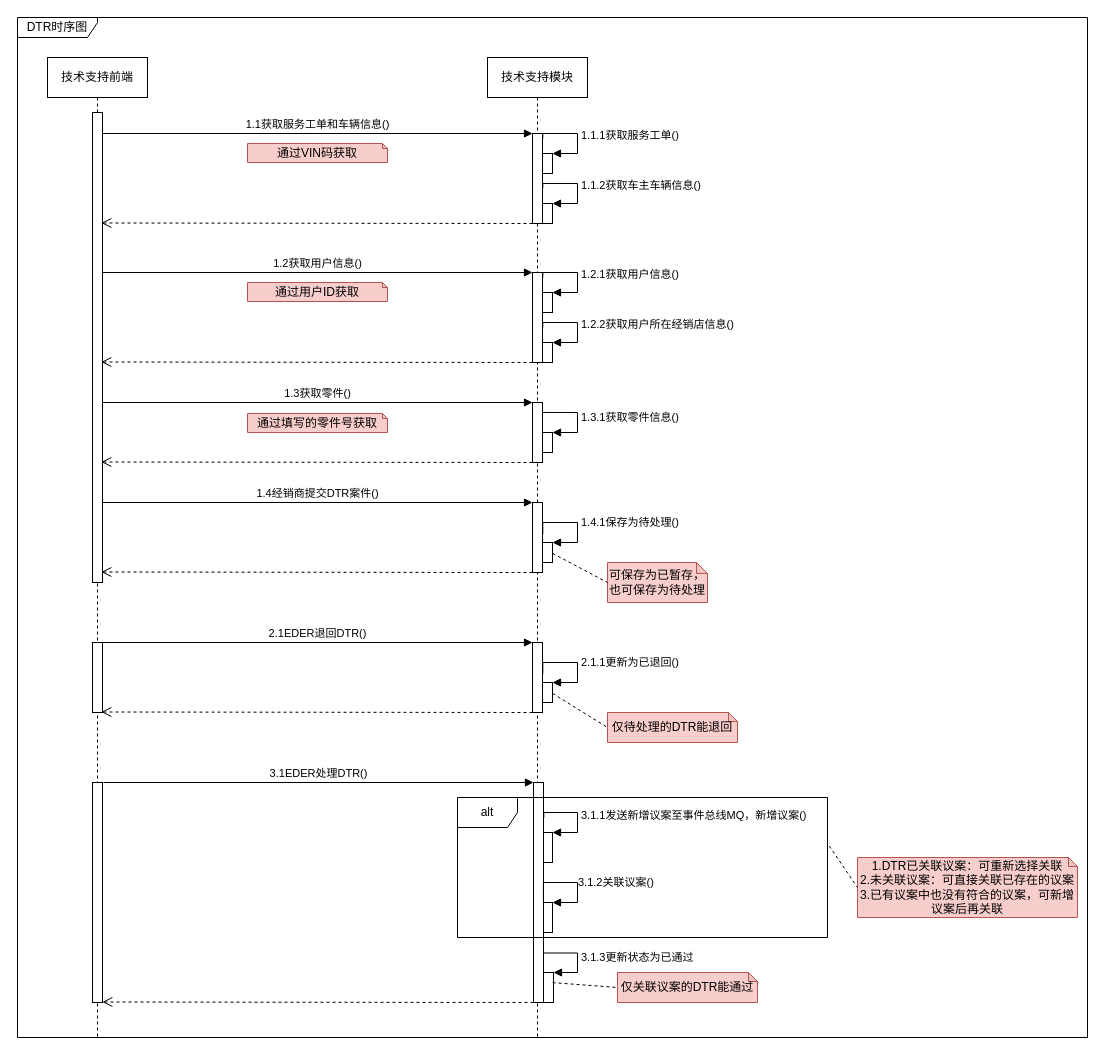
Above: page "DTR时序图" (1 of 6) of images/DTR时序图.drawio in 1132489442/designer (draw.io), before the change. Source tidied: cells renumbered, new cells numbered last; positions are measured from the earlier drawing's top-left corner, leaving out a move shared by most shapes. Both pictures are drawn from the tidied source at 100%, with x=0, y=0 at pixel (17, 17).
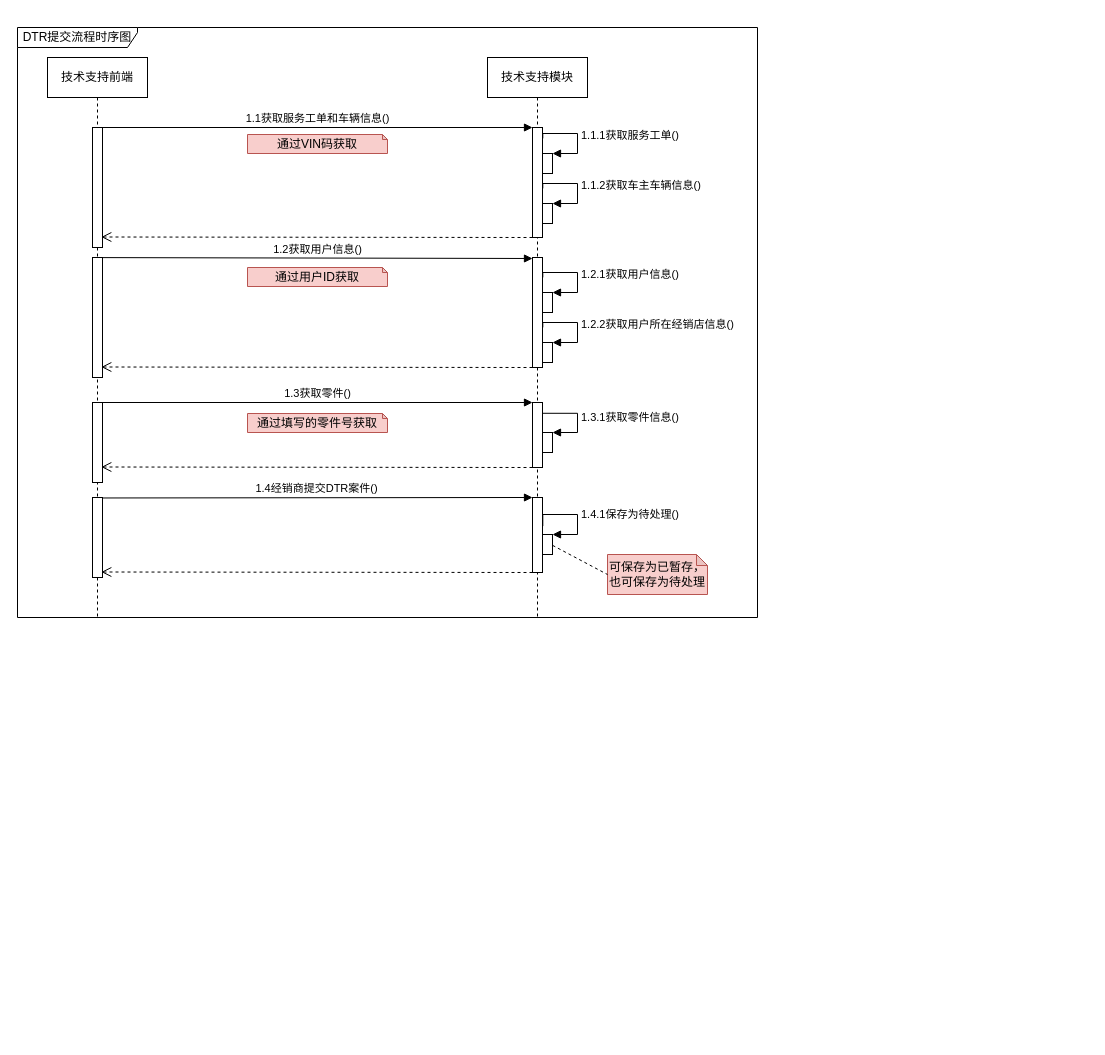
Above is the later version.

Change to the diagram source:
```diff
@@
     <mxCell id="2" value="技术支持模块" style="shape=umlLifeline;perimeter=lifelinePerimeter;whiteSpace=wrap;html=1;" parent="1" vertex="1">
-      <mxGeometry x="470" y="40" width="100" height="980" as="geometry" />
+      <mxGeometry x="470" y="40" width="100" height="560" as="geometry" />
     </mxCell>
     <mxCell id="3" style="html=1;points=[];perimeter=orthogonalPerimeter;" parent="2" vertex="1">
-      <mxGeometry x="45" y="215" width="10" height="90" as="geometry" />
+      <mxGeometry x="45" y="200" width="10" height="110" as="geometry" />
     </mxCell>
@@
-    <mxCell id="6" style="html=1;points=[];perimeter=orthogonalPerimeter;fillColor=#FFFFFF;" parent="2" vertex="1">
-      <mxGeometry x="55" y="845" width="10" height="30" as="geometry" />
-    </mxCell>
-    <mxCell id="7" style="html=1;perimeter=orthogonalPerimeter;fillColor=#FFFFFF;" parent="2" vertex="1">
-      <mxGeometry x="55" y="775" width="10" height="30" as="geometry" />
-    </mxCell>
-    <mxCell id="8" style="html=1;points=[];perimeter=orthogonalPerimeter;fillColor=#FFFFFF;" parent="2" vertex="1">
-      <mxGeometry x="56" y="915" width="10" height="30" as="geometry" />
-    </mxCell>
     <mxCell id="9" value="技术支持前端" style="shape=umlLifeline;perimeter=lifelinePerimeter;whiteSpace=wrap;html=1;" parent="1" vertex="1">
-      <mxGeometry x="30" y="40" width="100" height="980" as="geometry" />
+      <mxGeometry x="30" y="40" width="100" height="560" as="geometry" />
     </mxCell>
     <mxCell id="10" style="html=1;perimeter=orthogonalPerimeter;" parent="9" vertex="1">
-      <mxGeometry x="45" y="55" width="10" height="470" as="geometry" />
+      <mxGeometry x="45" y="70" width="10" height="120" as="geometry" />
     </mxCell>
-    <mxCell id="11" style="html=1;perimeter=orthogonalPerimeter;fillColor=#FFFFFF;" parent="9" vertex="1">
-      <mxGeometry x="45" y="585" width="10" height="70" as="geometry" />
-    </mxCell>
-    <mxCell id="12" value="1.2获取用户信息()" style="html=1;verticalAlign=bottom;endArrow=block;entryX=0;entryY=0;rounded=0;" parent="1" edge="1" target="3">
+    <mxCell id="12" value="1.2获取用户信息()" style="html=1;verticalAlign=bottom;endArrow=block;entryX=0;entryY=0;rounded=0;exitX=0.905;exitY=-0.008;exitDx=0;exitDy=0;exitPerimeter=0;" parent="1" edge="1">
       <mxGeometry relative="1" as="geometry">
-        <mxPoint x="85" y="255" as="sourcePoint" />
+        <mxPoint x="84" y="240.1" as="sourcePoint" />
+        <mxPoint x="515" y="241" as="targetPoint" />
       </mxGeometry>
     </mxCell>
     <mxCell id="13" style="html=1;verticalAlign=bottom;endArrow=open;dashed=1;endSize=8;exitX=0;exitY=0.95;rounded=0;entryX=0.881;entryY=0.999;entryDx=0;entryDy=0;entryPerimeter=0;" parent="1" edge="1">
       <mxGeometry relative="1" as="geometry">
-        <mxPoint x="515" y="345" as="sourcePoint" />
-        <mxPoint x="83.8" y="344.5" as="targetPoint" />
+        <mxPoint x="515" y="350" as="sourcePoint" />
+        <mxPoint x="83.8" y="349.5" as="targetPoint" />
       </mxGeometry>
     </mxCell>
     <mxCell id="14" style="html=1;points=[];perimeter=orthogonalPerimeter;" parent="1" vertex="1">
-      <mxGeometry x="515" y="385" width="10" height="60" as="geometry" />
+      <mxGeometry x="515" y="385" width="10" height="65" as="geometry" />
     </mxCell>
@@
     <mxCell id="18" style="html=1;verticalAlign=bottom;endArrow=open;dashed=1;endSize=8;exitX=0;exitY=0.95;rounded=0;entryX=0.881;entryY=0.999;entryDx=0;entryDy=0;entryPerimeter=0;" parent="1" edge="1">
       <mxGeometry relative="1" as="geometry">
-        <mxPoint x="515" y="445" as="sourcePoint" />
-        <mxPoint x="83.8" y="444.5" as="targetPoint" />
+        <mxPoint x="515" y="450" as="sourcePoint" />
+        <mxPoint x="83.8" y="449.5" as="targetPoint" />
       </mxGeometry>
     </mxCell>
@@
     <mxCell id="21" style="html=1;points=[];perimeter=orthogonalPerimeter;" parent="1" vertex="1">
-      <mxGeometry x="515" y="485" width="10" height="70" as="geometry" />
+      <mxGeometry x="515" y="480" width="10" height="75" as="geometry" />
     </mxCell>
     <mxCell id="22" style="html=1;points=[];perimeter=orthogonalPerimeter;" parent="1" vertex="1">
-      <mxGeometry x="525" y="525" width="10" height="20" as="geometry" />
+      <mxGeometry x="525" y="517" width="10" height="20" as="geometry" />
     </mxCell>
     <mxCell id="23" value="1.4.1保存为待处理()" style="edgeStyle=orthogonalEdgeStyle;html=1;align=left;spacingLeft=2;endArrow=block;rounded=0;entryX=1;entryY=0;exitX=1.028;exitY=0.166;exitDx=0;exitDy=0;exitPerimeter=0;" parent="1" edge="1" target="22">
       <mxGeometry relative="1" as="geometry">
-        <mxPoint x="525.3" y="516.6" as="sourcePoint" />
+        <mxPoint x="525.3" y="508.6" as="sourcePoint" />
         <Array as="points">
-          <mxPoint x="560" y="505" />
-          <mxPoint x="560" y="525" />
+          <mxPoint x="560" y="497" />
+          <mxPoint x="560" y="517" />
         </Array>
       </mxGeometry>
     </mxCell>
-    <mxCell id="24" value="1.4经销商提交DTR案件()" style="html=1;verticalAlign=bottom;endArrow=block;entryX=0;entryY=0;rounded=0;" parent="1" edge="1" target="21">
-      <mxGeometry relative="1" as="geometry">
-        <mxPoint x="85" y="485" as="sourcePoint" />
-      </mxGeometry>
+    <mxCell id="24" value="1.4经销商提交DTR案件()" style="html=1;verticalAlign=bottom;endArrow=block;entryX=0;entryY=0;rounded=0;exitX=0.844;exitY=0.006;exitDx=0;exitDy=0;exitPerimeter=0;" parent="1" edge="1" source="60" target="21">
+      <mxGeometry relative="1" as="geometry" />
     </mxCell>
@@
     <mxCell id="26" style="html=1;points=[];perimeter=orthogonalPerimeter;" parent="1" vertex="1">
-      <mxGeometry x="515" y="116" width="10" height="90" as="geometry" />
+      <mxGeometry x="515" y="110" width="10" height="110" as="geometry" />
     </mxCell>
@@
     <mxCell id="29" value="1.1获取服务工单和车辆信息()" style="html=1;verticalAlign=bottom;endArrow=block;entryX=0;entryY=0;rounded=0;" parent="1" edge="1" target="26">
       <mxGeometry relative="1" as="geometry">
-        <mxPoint x="85" y="116" as="sourcePoint" />
+        <mxPoint x="85" y="110" as="sourcePoint" />
       </mxGeometry>
     </mxCell>
     <mxCell id="30" style="html=1;verticalAlign=bottom;endArrow=open;dashed=1;endSize=8;exitX=0;exitY=0.95;rounded=0;entryX=0.881;entryY=0.999;entryDx=0;entryDy=0;entryPerimeter=0;" parent="1" edge="1">
       <mxGeometry relative="1" as="geometry">
-        <mxPoint x="515" y="206" as="sourcePoint" />
-        <mxPoint x="83.8" y="205.5" as="targetPoint" />
+        <mxPoint x="515" y="220" as="sourcePoint" />
+        <mxPoint x="83.8" y="219.5" as="targetPoint" />
       </mxGeometry>
     </mxCell>
@@
     <mxCell id="33" value="通过VIN码获取" style="shape=note;whiteSpace=wrap;html=1;backgroundOutline=1;darkOpacity=0.05;size=5;fillColor=#f8cecc;strokeColor=#b85450;" parent="1" vertex="1">
-      <mxGeometry x="230" y="126" width="140" height="19" as="geometry" />
+      <mxGeometry x="230" y="117" width="140" height="19" as="geometry" />
     </mxCell>
     <mxCell id="34" value="通过用户ID获取" style="shape=note;whiteSpace=wrap;html=1;backgroundOutline=1;darkOpacity=0.05;size=5;fillColor=#f8cecc;strokeColor=#b85450;" parent="1" vertex="1">
-      <mxGeometry x="230" y="265" width="140" height="19" as="geometry" />
+      <mxGeometry x="230" y="250" width="140" height="19" as="geometry" />
     </mxCell>
@@
     <mxCell id="36" value="可保存为已暂存，也可保存为待处理" style="shape=note;whiteSpace=wrap;html=1;backgroundOutline=1;darkOpacity=0.05;fillColor=#f8cecc;strokeColor=#b85450;size=11;" parent="1" vertex="1">
-      <mxGeometry x="590" y="545" width="100" height="40" as="geometry" />
+      <mxGeometry x="590" y="537" width="100" height="40" as="geometry" />
     </mxCell>
@@
-    <mxCell id="38" style="html=1;perimeter=orthogonalPerimeter;fillColor=#FFFFFF;" parent="1" vertex="1">
-      <mxGeometry x="75" y="765" width="10" height="220" as="geometry" />
-    </mxCell>
-    <mxCell id="39" style="html=1;points=[];perimeter=orthogonalPerimeter;" parent="1" vertex="1">
-      <mxGeometry x="516" y="765" width="10" height="220" as="geometry" />
-    </mxCell>
-    <mxCell id="40" value="3.1EDER处理DTR()" style="html=1;verticalAlign=bottom;endArrow=block;entryX=0;entryY=0;rounded=0;" parent="1" edge="1" target="39">
-      <mxGeometry relative="1" as="geometry">
-        <mxPoint x="86" y="765" as="sourcePoint" />
-      </mxGeometry>
-    </mxCell>
-    <mxCell id="41" style="html=1;verticalAlign=bottom;endArrow=open;dashed=1;endSize=8;exitX=0;exitY=0.95;rounded=0;entryX=0.881;entryY=0.999;entryDx=0;entryDy=0;entryPerimeter=0;" parent="1" edge="1">
-      <mxGeometry relative="1" as="geometry">
-        <mxPoint x="516" y="985" as="sourcePoint" />
-        <mxPoint x="84.8" y="984.5" as="targetPoint" />
-      </mxGeometry>
-    </mxCell>
-    <mxCell id="42" value="3.1.2关联议案()" style="edgeStyle=orthogonalEdgeStyle;html=1;align=left;spacingLeft=2;endArrow=block;rounded=0;entryX=1;entryY=0;exitX=0.993;exitY=0.168;exitDx=0;exitDy=0;exitPerimeter=0;" parent="1" edge="1" target="6">
-      <mxGeometry relative="1" as="geometry">
-        <mxPoint x="525.9" y="882" as="sourcePoint" />
-        <Array as="points">
-          <mxPoint x="560" y="865" />
-          <mxPoint x="560" y="885" />
-        </Array>
-      </mxGeometry>
-    </mxCell>
-    <mxCell id="43" value="3.1.1发送新增议案至事件总线MQ，新增议案()" style="edgeStyle=orthogonalEdgeStyle;html=1;align=left;spacingLeft=2;endArrow=block;rounded=0;entryX=1;entryY=0;exitX=1.035;exitY=0.478;exitDx=0;exitDy=0;exitPerimeter=0;" parent="1" edge="1">
-      <mxGeometry relative="1" as="geometry">
-        <mxPoint x="526.3" y="800.2" as="sourcePoint" />
-        <mxPoint x="535" y="815" as="targetPoint" />
-        <Array as="points">
-          <mxPoint x="560" y="795" />
-          <mxPoint x="560" y="815" />
-        </Array>
-      </mxGeometry>
-    </mxCell>
-    <mxCell id="44" value="3.1.3更新状态为已通过" style="edgeStyle=orthogonalEdgeStyle;html=1;align=left;spacingLeft=2;endArrow=block;rounded=0;entryX=1;entryY=0;exitX=0.96;exitY=0.775;exitDx=0;exitDy=0;exitPerimeter=0;" parent="1" edge="1" target="8">
-      <mxGeometry relative="1" as="geometry">
-        <mxPoint x="525.6" y="935.5" as="sourcePoint" />
-        <Array as="points">
-          <mxPoint x="560" y="936" />
-          <mxPoint x="560" y="955" />
-        </Array>
-      </mxGeometry>
-    </mxCell>
-    <mxCell id="45" style="html=1;points=[];perimeter=orthogonalPerimeter;" parent="1" vertex="1">
-      <mxGeometry x="515" y="625" width="10" height="70" as="geometry" />
-    </mxCell>
-    <mxCell id="46" style="html=1;points=[];perimeter=orthogonalPerimeter;" parent="1" vertex="1">
-      <mxGeometry x="525" y="665" width="10" height="20" as="geometry" />
-    </mxCell>
-    <mxCell id="47" value="2.1.1更新为已退回()" style="edgeStyle=orthogonalEdgeStyle;html=1;align=left;spacingLeft=2;endArrow=block;rounded=0;entryX=1;entryY=0;exitX=1.028;exitY=0.166;exitDx=0;exitDy=0;exitPerimeter=0;" parent="1" edge="1" target="46">
-      <mxGeometry relative="1" as="geometry">
-        <mxPoint x="525.3" y="656.6" as="sourcePoint" />
-        <Array as="points">
-          <mxPoint x="560" y="645" />
-          <mxPoint x="560" y="665" />
-        </Array>
-      </mxGeometry>
-    </mxCell>
-    <mxCell id="48" value="2.1EDER退回DTR()" style="html=1;verticalAlign=bottom;endArrow=block;entryX=0;entryY=0;rounded=0;" parent="1" edge="1" target="45">
-      <mxGeometry relative="1" as="geometry">
-        <mxPoint x="85" y="625" as="sourcePoint" />
-      </mxGeometry>
-    </mxCell>
-    <mxCell id="49" style="html=1;verticalAlign=bottom;endArrow=open;dashed=1;endSize=8;exitX=0;exitY=0.95;rounded=0;entryX=0.881;entryY=0.999;entryDx=0;entryDy=0;entryPerimeter=0;" parent="1" edge="1">
-      <mxGeometry relative="1" as="geometry">
-        <mxPoint x="515" y="695" as="sourcePoint" />
-        <mxPoint x="83.8" y="694.5" as="targetPoint" />
-      </mxGeometry>
-    </mxCell>
-    <mxCell id="50" value="仅待处理的DTR能退回" style="shape=note;whiteSpace=wrap;html=1;backgroundOutline=1;darkOpacity=0.05;fillColor=#f8cecc;strokeColor=#b85450;size=9;" parent="1" vertex="1">
-      <mxGeometry x="590" y="695" width="130" height="30" as="geometry" />
-    </mxCell>
-    <mxCell id="51" style="endArrow=none;dashed=1;html=1;rounded=0;entryX=0;entryY=0.5;entryDx=0;entryDy=0;entryPerimeter=0;exitX=1.012;exitY=0.544;exitDx=0;exitDy=0;exitPerimeter=0;" parent="1" edge="1" source="46" target="50">
-      <mxGeometry relative="1" as="geometry" />
-    </mxCell>
-    <mxCell id="52" value="DTR时序图" style="shape=umlFrame;whiteSpace=wrap;html=1;fillColor=#FFFFFF;width=80;height=20;" parent="1" vertex="1">
-      <mxGeometry width="1070" height="1020" as="geometry" />
+    <mxCell id="52" value="DTR提交流程时序图" style="shape=umlFrame;whiteSpace=wrap;html=1;fillColor=#FFFFFF;width=120;height=20;" parent="1" vertex="1">
+      <mxGeometry y="10" width="740" height="590" as="geometry" />
     </mxCell>
-    <mxCell id="53" value="alt" style="shape=umlFrame;whiteSpace=wrap;html=1;fillColor=#FFFFFF;" parent="1" vertex="1">
-      <mxGeometry x="440" y="780" width="370" height="140" as="geometry" />
-    </mxCell>
-    <mxCell id="54" value="1.DTR已关联议案：可重新选择关联&lt;br&gt;2.未关联议案：可直接关联已存在的议案&lt;br&gt;3.已有议案中也没有符合的议案，可新增议案后再关联" style="shape=note;whiteSpace=wrap;html=1;backgroundOutline=1;darkOpacity=0.05;fillColor=#f8cecc;strokeColor=#b85450;size=9;" parent="1" vertex="1">
-      <mxGeometry x="840" y="840" width="220" height="60" as="geometry" />
-    </mxCell>
-    <mxCell id="55" style="endArrow=none;dashed=1;html=1;rounded=0;entryX=0;entryY=0.5;entryDx=0;entryDy=0;entryPerimeter=0;exitX=1.005;exitY=0.347;exitDx=0;exitDy=0;exitPerimeter=0;" parent="1" edge="1" source="53" target="54">
-      <mxGeometry relative="1" as="geometry" />
-    </mxCell>
-    <mxCell id="56" value="仅关联议案的DTR能通过" style="shape=note;whiteSpace=wrap;html=1;backgroundOutline=1;darkOpacity=0.05;fillColor=#f8cecc;strokeColor=#b85450;size=9;" parent="1" vertex="1">
-      <mxGeometry x="600" y="955" width="140" height="30" as="geometry" />
-    </mxCell>
-    <mxCell id="57" style="endArrow=none;dashed=1;html=1;rounded=0;entryX=0;entryY=0.5;entryDx=0;entryDy=0;entryPerimeter=0;exitX=0.912;exitY=0.337;exitDx=0;exitDy=0;exitPerimeter=0;" parent="1" edge="1" source="8" target="56">
-      <mxGeometry relative="1" as="geometry" />
-    </mxCell>
+    <mxCell id="58" style="html=1;perimeter=orthogonalPerimeter;" parent="1" vertex="1">
+      <mxGeometry x="75" y="240" width="10" height="120" as="geometry" />
+    </mxCell>
+    <mxCell id="59" style="html=1;perimeter=orthogonalPerimeter;" parent="1" vertex="1">
+      <mxGeometry x="75" y="385" width="10" height="80" as="geometry" />
+    </mxCell>
+    <mxCell id="60" style="html=1;points=[];perimeter=orthogonalPerimeter;" parent="1" vertex="1">
+      <mxGeometry x="75" y="480" width="10" height="80" as="geometry" />
+    </mxCell>
```
